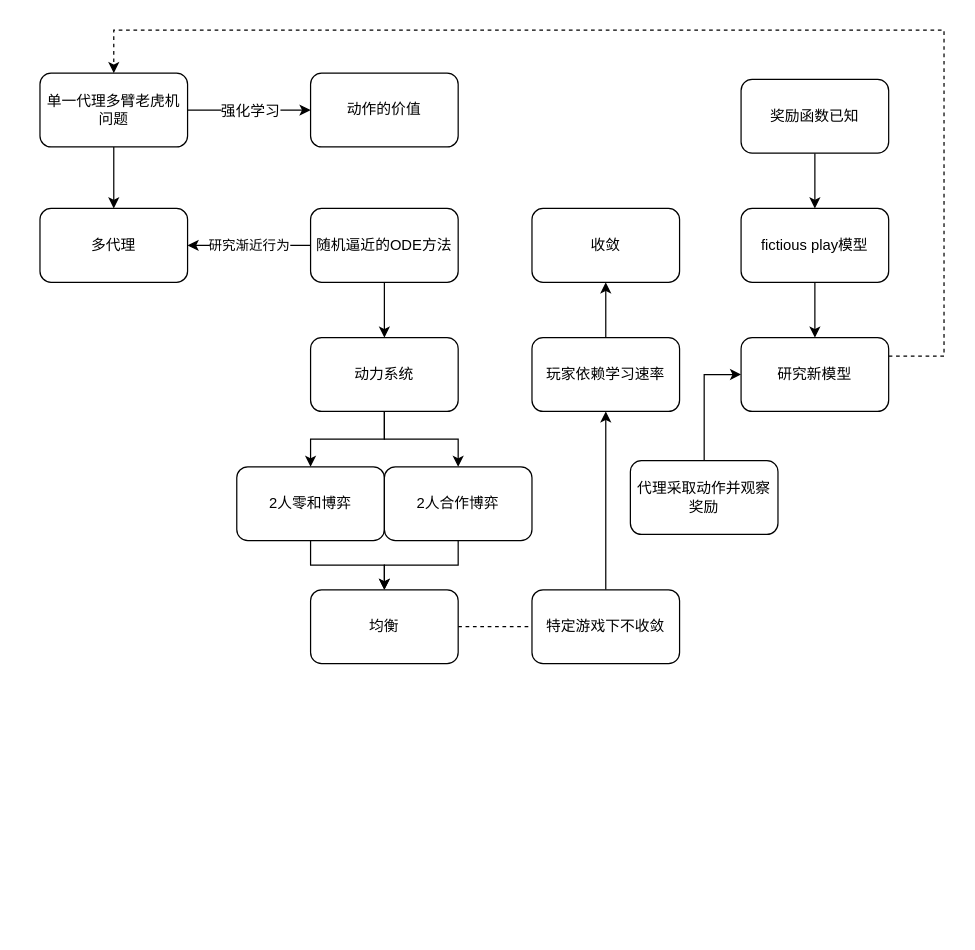
Before: page "INDIVIDUAL Q-LEARNING IN NORMAL FORM GAMES" (2 of 3) of 强化学习.drawio in zjtone/RL-Note, a draw.io diagram. Source tidied: cells renumbered, new cells numbered last; positions are measured from the earlier drawing's top-left corner, leaving out a move shared by most shapes. Both pictures are drawn from the tidied source at 123%, with x=0, y=0 at pixel (39, 30).
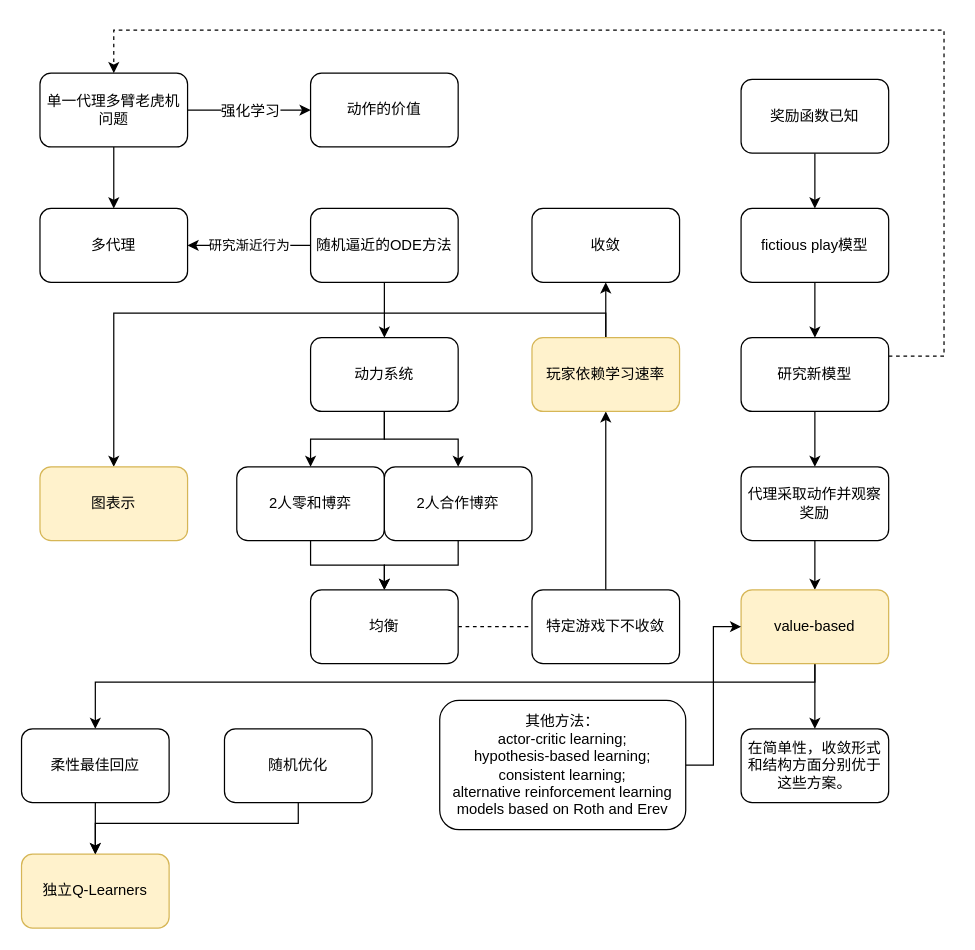
The same diagram, later.

Commit message (it also covers changes not shown here):
更新强化学习.drawio

Unchanged cells that the change refers to:
```xml
<mxCell id="30" value="研究新模型" style="rounded=1;whiteSpace=wrap;html=1;" parent="1" vertex="1">
  <mxGeometry x="570" y="250" width="120" height="60" as="geometry" />
</mxCell>
```

What changed in the source:
```diff
@@
+    <mxCell id="33" style="edgeStyle=orthogonalEdgeStyle;rounded=0;jettySize=auto;html=1;" parent="1" edge="1" source="23" target="47">
+      <mxGeometry relative="1" as="geometry">
+        <Array as="points">
+          <mxPoint x="460" y="230" />
+          <mxPoint x="60" y="230" />
+        </Array>
+      </mxGeometry>
+    </mxCell>
-    <mxCell id="23" value="玩家依赖学习速率" style="rounded=1;whiteSpace=wrap;html=1;" parent="1" vertex="1">
+    <mxCell id="23" value="玩家依赖学习速率" style="rounded=1;whiteSpace=wrap;html=1;fillColor=#fff2cc;strokeColor=#d6b656;" parent="1" vertex="1">
       <mxGeometry x="400" y="250" width="120" height="60" as="geometry" />
     </mxCell>
@@
+    <mxCell id="34" style="edgeStyle=orthogonalEdgeStyle;rounded=0;jettySize=auto;html=1;entryX=0.5;entryY=0;entryDx=0;entryDy=0;" parent="1" edge="1" source="30" target="32">
+      <mxGeometry relative="1" as="geometry" />
+    </mxCell>
@@
-    <mxCell id="31" style="edgeStyle=orthogonalEdgeStyle;rounded=0;jettySize=auto;html=1;entryX=0;entryY=0.5;entryDx=0;entryDy=0;" parent="1" edge="1" source="32" target="30">
-      <mxGeometry relative="1" as="geometry" />
-    </mxCell>
+    <mxCell id="35" style="edgeStyle=orthogonalEdgeStyle;rounded=0;jettySize=auto;html=1;" parent="1" edge="1" source="32" target="38">
+      <mxGeometry relative="1" as="geometry" />
+    </mxCell>
     <mxCell id="32" value="代理采取动作并观察奖励" style="rounded=1;whiteSpace=wrap;html=1;" parent="1" vertex="1">
-      <mxGeometry x="480" y="350" width="120" height="60" as="geometry" />
+      <mxGeometry x="570" y="355" width="120" height="60" as="geometry" />
     </mxCell>
+    <mxCell id="36" style="edgeStyle=orthogonalEdgeStyle;rounded=0;jettySize=auto;html=1;entryX=0.5;entryY=0;entryDx=0;entryDy=0;" parent="1" edge="1" source="38" target="41">
+      <mxGeometry relative="1" as="geometry" />
+    </mxCell>
+    <mxCell id="37" style="edgeStyle=orthogonalEdgeStyle;rounded=0;jettySize=auto;html=1;entryX=0.5;entryY=0;entryDx=0;entryDy=0;" parent="1" edge="1" source="38" target="43">
+      <mxGeometry relative="1" as="geometry">
+        <Array as="points">
+          <mxPoint x="630" y="530" />
+          <mxPoint x="45" y="530" />
+        </Array>
+      </mxGeometry>
+    </mxCell>
+    <mxCell id="38" value="value-based" style="rounded=1;whiteSpace=wrap;html=1;fillColor=#fff2cc;strokeColor=#d6b656;" parent="1" vertex="1">
+      <mxGeometry x="570" y="455" width="120" height="60" as="geometry" />
+    </mxCell>
+    <mxCell id="39" style="edgeStyle=orthogonalEdgeStyle;rounded=0;jettySize=auto;html=1;entryX=0;entryY=0.5;entryDx=0;entryDy=0;" parent="1" edge="1" source="40" target="38">
+      <mxGeometry relative="1" as="geometry" />
+    </mxCell>
+    <mxCell id="40" value="其他方法：&lt;br&gt;actor-critic learning;&lt;br&gt;hypothesis-based learning;&lt;br&gt;consistent learning;&lt;br&gt;alternative reinforcement learning models based on Roth and Erev&lt;br&gt;" style="rounded=1;whiteSpace=wrap;html=1;" parent="1" vertex="1">
+      <mxGeometry x="325" y="545" width="200" height="105" as="geometry" />
+    </mxCell>
+    <mxCell id="41" value="在简单性，收敛形式和结构方面分别优于这些方案。&lt;br&gt;" style="rounded=1;whiteSpace=wrap;html=1;" parent="1" vertex="1">
+      <mxGeometry x="570" y="568" width="120" height="60" as="geometry" />
+    </mxCell>
+    <mxCell id="42" style="edgeStyle=orthogonalEdgeStyle;rounded=0;jettySize=auto;html=1;" parent="1" edge="1" source="43" target="44">
+      <mxGeometry relative="1" as="geometry" />
+    </mxCell>
+    <mxCell id="43" value="柔性最佳回应" style="rounded=1;whiteSpace=wrap;html=1;" parent="1" vertex="1">
+      <mxGeometry x="-15" y="568" width="120" height="60" as="geometry" />
+    </mxCell>
+    <mxCell id="44" value="独立Q-Learners" style="rounded=1;whiteSpace=wrap;html=1;fillColor=#fff2cc;strokeColor=#d6b656;" parent="1" vertex="1">
+      <mxGeometry x="-15" y="670" width="120" height="60" as="geometry" />
+    </mxCell>
+    <mxCell id="45" style="edgeStyle=orthogonalEdgeStyle;rounded=0;jettySize=auto;html=1;entryX=0.5;entryY=0;entryDx=0;entryDy=0;" parent="1" edge="1" source="46" target="44">
+      <mxGeometry relative="1" as="geometry">
+        <Array as="points">
+          <mxPoint x="210" y="645" />
+          <mxPoint x="45" y="645" />
+        </Array>
+      </mxGeometry>
+    </mxCell>
+    <mxCell id="46" value="随机优化" style="rounded=1;whiteSpace=wrap;html=1;" parent="1" vertex="1">
+      <mxGeometry x="150" y="568" width="120" height="60" as="geometry" />
+    </mxCell>
+    <mxCell id="47" value="图表示" style="rounded=1;whiteSpace=wrap;html=1;fillColor=#fff2cc;strokeColor=#d6b656;" parent="1" vertex="1">
+      <mxGeometry y="355" width="120" height="60" as="geometry" />
+    </mxCell>
```
